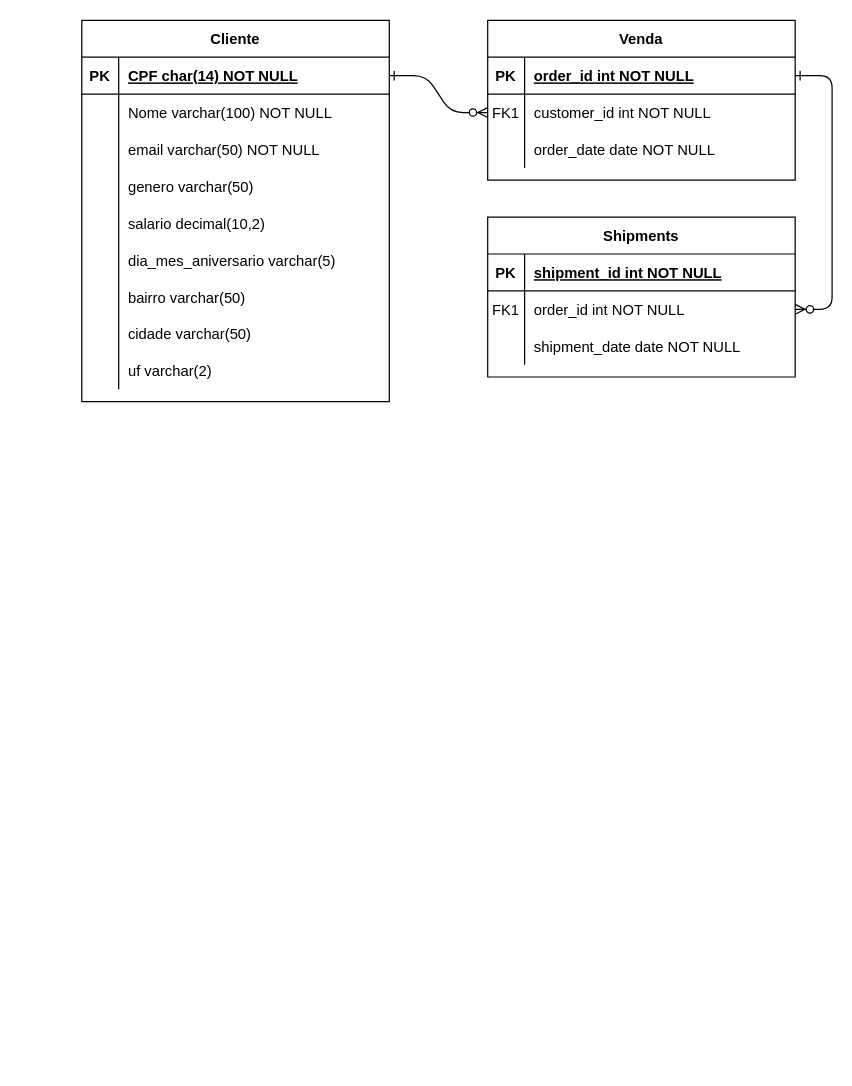
Above: Diagramaclassesfinal.drawio in LorenzoGG/aulateste (draw.io), before the change. Source tidied: cells renumbered, new cells numbered last; positions are measured from the earlier drawing's top-left corner, leaving out a move shared by most shapes. Both pictures are drawn from the tidied source at 123%, with x=0, y=0 at pixel (81, 20).
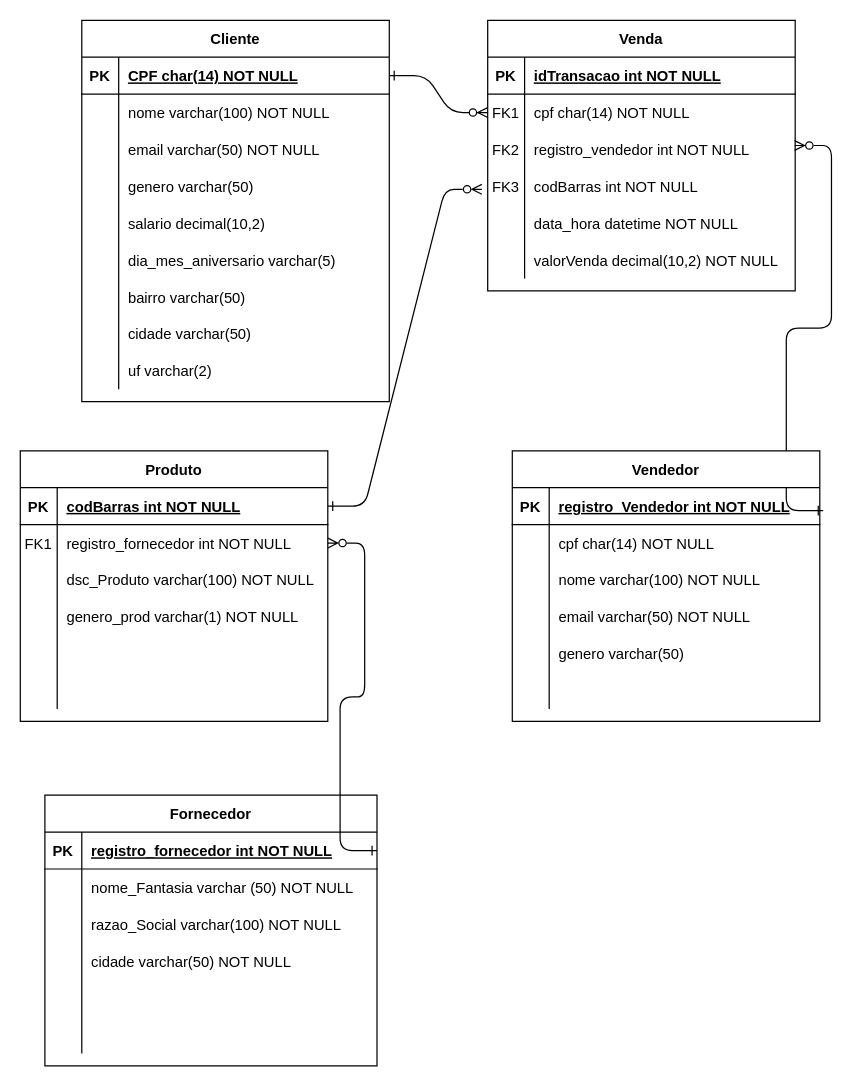
The same diagram, later.

The change refers to these unchanged cells:
```xml
<mxCell id="5" style="shape=partialRectangle;fillColor=none;points=[[0,0.5],[1,0.5]];portConstraint=eastwest;top=0;left=0;right=0;bottom=1;" parent="4" vertex="1">
  <mxGeometry y="30" width="250" height="30" as="geometry" />
</mxCell>
<mxCell id="8" style="shape=partialRectangle;fillColor=none;points=[[0,0.5],[1,0.5]];portConstraint=eastwest;top=0;left=0;right=0;bottom=0;" parent="4" vertex="1">
  <mxGeometry y="60" width="250" height="30" as="geometry" />
</mxCell>
<mxCell id="11" style="shape=partialRectangle;fillColor=none;points=[[0,0.5],[1,0.5]];portConstraint=eastwest;top=0;left=0;right=0;bottom=0;" parent="4" vertex="1">
  <mxGeometry y="90" width="250" height="30" as="geometry" />
</mxCell>
<mxCell id="15" style="shape=partialRectangle;fillColor=none;points=[[0,0.5],[1,0.5]];portConstraint=eastwest;top=0;left=0;right=0;bottom=1;" parent="14" vertex="1">
  <mxGeometry y="30" width="250" height="30" as="geometry" />
</mxCell>
<mxCell id="18" style="shape=partialRectangle;fillColor=none;points=[[0,0.5],[1,0.5]];portConstraint=eastwest;top=0;left=0;right=0;bottom=0;" parent="14" vertex="1">
  <mxGeometry y="60" width="250" height="30" as="geometry" />
</mxCell>
<mxCell id="21" style="shape=partialRectangle;fillColor=none;top=0;left=0;right=0;bottom=0;" parent="14" vertex="1">
  <mxGeometry y="90" width="250" height="30" as="geometry" />
</mxCell>
<mxCell id="28" style="shape=partialRectangle;fillColor=none;top=0;left=0;right=0;bottom=0;" parent="24" vertex="1">
  <mxGeometry y="60" width="250" height="30" as="geometry" />
</mxCell>
```

Change to the diagram source:
```diff
@@
-    <mxCell id="3" style="edgeStyle=entityRelationEdgeStyle;endArrow=ERzeroToMany;startArrow=ERone;endFill=1;startFill=0;" parent="1" edge="1" source="5" target="18">
-      <mxGeometry relative="1" as="geometry" />
+    <mxCell id="3" style="edgeStyle=entityRelationEdgeStyle;endArrow=ERzeroToMany;startArrow=ERone;endFill=0;startFill=0;exitX=1.011;exitY=0.62;exitDx=0;exitDy=0;exitPerimeter=0;entryX=0.998;entryY=0.393;entryDx=0;entryDy=0;entryPerimeter=0;" parent="1" edge="1" source="15" target="11">
+      <mxGeometry relative="1" as="geometry">
+        <Array as="points">
+          <mxPoint x="630" y="330" />
+          <mxPoint x="630" y="320" />
+          <mxPoint x="650" y="260" />
+          <mxPoint x="630" y="180" />
+        </Array>
+      </mxGeometry>
     </mxCell>
     <mxCell id="4" value="Venda" style="shape=table;startSize=30;childLayout=tableLayout;rowLines=0;fontStyle=1;align=center;" parent="1" vertex="1">
-      <mxGeometry x="330" width="250" height="130" as="geometry" />
+      <mxGeometry x="330" width="250" height="220" as="geometry" />
     </mxCell>
@@
-    <mxCell id="7" value="order_id int NOT NULL " style="shape=partialRectangle;overflow=hidden;fillColor=none;top=0;left=0;bottom=0;right=0;align=left;spacingLeft=6;fontStyle=5;" parent="5" vertex="1">
+    <mxCell id="7" value="idTransacao int NOT NULL" style="shape=partialRectangle;overflow=hidden;fillColor=none;top=0;left=0;bottom=0;right=0;align=left;spacingLeft=6;fontStyle=5;" parent="5" vertex="1">
       <mxGeometry x="30" width="220" height="30" as="geometry" />
     </mxCell>
@@
-    <mxCell id="10" value="customer_id int NOT NULL" style="shape=partialRectangle;overflow=hidden;fillColor=none;top=0;left=0;bottom=0;right=0;align=left;spacingLeft=6;" parent="8" vertex="1">
+    <mxCell id="10" value="cpf char(14) NOT NULL" style="shape=partialRectangle;overflow=hidden;fillColor=none;top=0;left=0;bottom=0;right=0;align=left;spacingLeft=6;" parent="8" vertex="1">
       <mxGeometry x="30" width="220" height="30" as="geometry" />
     </mxCell>
@@
-    <mxCell id="12" style="shape=partialRectangle;overflow=hidden;fillColor=none;top=0;left=0;bottom=0;right=0;" parent="11" vertex="1">
+    <mxCell id="12" value="FK2" style="shape=partialRectangle;overflow=hidden;fillColor=none;top=0;left=0;bottom=0;right=0;" parent="11" vertex="1">
       <mxGeometry width="30" height="30" as="geometry" />
     </mxCell>
-    <mxCell id="13" value="order_date date NOT NULL" style="shape=partialRectangle;overflow=hidden;fillColor=none;top=0;left=0;bottom=0;right=0;align=left;spacingLeft=6;" parent="11" vertex="1">
+    <mxCell id="13" value="registro_vendedor int NOT NULL" style="shape=partialRectangle;overflow=hidden;fillColor=none;top=0;left=0;bottom=0;right=0;align=left;spacingLeft=6;" parent="11" vertex="1">
       <mxGeometry x="30" width="220" height="30" as="geometry" />
     </mxCell>
+    <mxCell id="52" style="shape=partialRectangle;fillColor=none;points=[[0,0.5],[1,0.5]];portConstraint=eastwest;top=0;left=0;right=0;bottom=0;" parent="4" vertex="1">
+      <mxGeometry y="120" width="250" height="30" as="geometry" />
+    </mxCell>
+    <mxCell id="53" value="FK3" style="shape=partialRectangle;overflow=hidden;fillColor=none;top=0;left=0;bottom=0;right=0;" parent="52" vertex="1">
+      <mxGeometry width="30" height="30" as="geometry" />
+    </mxCell>
+    <mxCell id="54" value="codBarras int NOT NULL" style="shape=partialRectangle;overflow=hidden;fillColor=none;top=0;left=0;bottom=0;right=0;align=left;spacingLeft=6;" parent="52" vertex="1">
+      <mxGeometry x="30" width="220" height="30" as="geometry" />
+    </mxCell>
+    <mxCell id="55" style="shape=partialRectangle;fillColor=none;top=0;left=0;right=0;bottom=0;" parent="4" vertex="1">
+      <mxGeometry y="150" width="250" height="30" as="geometry" />
+    </mxCell>
+    <mxCell id="56" style="shape=partialRectangle;overflow=hidden;fillColor=none;top=0;left=0;bottom=0;right=0;" parent="55" vertex="1">
+      <mxGeometry width="30" height="30" as="geometry" />
+    </mxCell>
+    <mxCell id="57" value="data_hora datetime NOT NULL" style="shape=partialRectangle;overflow=hidden;fillColor=none;top=0;left=0;bottom=0;right=0;align=left;spacingLeft=6;" parent="55" vertex="1">
+      <mxGeometry x="30" width="220" height="30" as="geometry" />
+    </mxCell>
+    <mxCell id="58" style="shape=partialRectangle;fillColor=none;top=0;left=0;right=0;bottom=0;" parent="4" vertex="1">
+      <mxGeometry y="180" width="250" height="30" as="geometry" />
+    </mxCell>
+    <mxCell id="59" style="shape=partialRectangle;overflow=hidden;fillColor=none;top=0;left=0;bottom=0;right=0;" parent="58" vertex="1">
+      <mxGeometry width="30" height="30" as="geometry" />
+    </mxCell>
+    <mxCell id="60" value="valorVenda decimal(10,2) NOT NULL" style="shape=partialRectangle;overflow=hidden;fillColor=none;top=0;left=0;bottom=0;right=0;align=left;spacingLeft=6;" parent="58" vertex="1">
+      <mxGeometry x="30" width="220" height="30" as="geometry" />
+    </mxCell>
-    <mxCell id="14" value="Shipments" style="shape=table;startSize=30;childLayout=tableLayout;rowLines=0;fontStyle=1;align=center;" parent="1" vertex="1">
-      <mxGeometry x="330" y="160" width="250" height="130" as="geometry" />
+    <mxCell id="14" value="Vendedor" style="shape=table;startSize=30;childLayout=tableLayout;rowLines=0;fontStyle=1;align=center;" parent="1" vertex="1">
+      <mxGeometry x="350" y="350" width="250" height="220" as="geometry" />
     </mxCell>
@@
-    <mxCell id="17" value="shipment_id int NOT NULL " style="shape=partialRectangle;overflow=hidden;fillColor=none;top=0;left=0;bottom=0;right=0;align=left;spacingLeft=6;fontStyle=5;" parent="15" vertex="1">
+    <mxCell id="17" value="registro_Vendedor int NOT NULL" style="shape=partialRectangle;overflow=hidden;fillColor=none;top=0;left=0;bottom=0;right=0;align=left;spacingLeft=6;fontStyle=5;" parent="15" vertex="1">
       <mxGeometry x="30" width="220" height="30" as="geometry" />
     </mxCell>
@@
-    <mxCell id="19" value="FK1" style="shape=partialRectangle;overflow=hidden;fillColor=none;top=0;left=0;bottom=0;right=0;" parent="18" vertex="1">
+    <mxCell id="19" style="shape=partialRectangle;overflow=hidden;fillColor=none;top=0;left=0;bottom=0;right=0;" parent="18" vertex="1">
       <mxGeometry width="30" height="30" as="geometry" />
     </mxCell>
-    <mxCell id="20" value="order_id int NOT NULL" style="shape=partialRectangle;overflow=hidden;fillColor=none;top=0;left=0;bottom=0;right=0;align=left;spacingLeft=6;" parent="18" vertex="1">
+    <mxCell id="20" value="cpf char(14) NOT NULL" style="shape=partialRectangle;overflow=hidden;fillColor=none;top=0;left=0;bottom=0;right=0;align=left;spacingLeft=6;" parent="18" vertex="1">
       <mxGeometry x="30" width="220" height="30" as="geometry" />
     </mxCell>
@@
-    <mxCell id="23" value="shipment_date date NOT NULL" style="shape=partialRectangle;overflow=hidden;fillColor=none;top=0;left=0;bottom=0;right=0;align=left;spacingLeft=6;" parent="21" vertex="1">
+    <mxCell id="23" value="nome varchar(100) NOT NULL" style="shape=partialRectangle;overflow=hidden;fillColor=none;top=0;left=0;bottom=0;right=0;align=left;spacingLeft=6;" parent="21" vertex="1">
       <mxGeometry x="30" width="220" height="30" as="geometry" />
     </mxCell>
+    <mxCell id="61" style="shape=partialRectangle;fillColor=none;top=0;left=0;right=0;bottom=0;" parent="14" vertex="1">
+      <mxGeometry y="120" width="250" height="30" as="geometry" />
+    </mxCell>
+    <mxCell id="62" style="shape=partialRectangle;overflow=hidden;fillColor=none;top=0;left=0;bottom=0;right=0;" parent="61" vertex="1">
+      <mxGeometry width="30" height="30" as="geometry" />
+    </mxCell>
+    <mxCell id="63" value="email varchar(50) NOT NULL" style="shape=partialRectangle;overflow=hidden;fillColor=none;top=0;left=0;bottom=0;right=0;align=left;spacingLeft=6;" parent="61" vertex="1">
+      <mxGeometry x="30" width="220" height="30" as="geometry" />
+    </mxCell>
+    <mxCell id="64" style="shape=partialRectangle;fillColor=none;top=0;left=0;right=0;bottom=0;" parent="14" vertex="1">
+      <mxGeometry y="150" width="250" height="30" as="geometry" />
+    </mxCell>
+    <mxCell id="65" style="shape=partialRectangle;overflow=hidden;fillColor=none;top=0;left=0;bottom=0;right=0;" parent="64" vertex="1">
+      <mxGeometry width="30" height="30" as="geometry" />
+    </mxCell>
+    <mxCell id="66" value="genero varchar(50) " style="shape=partialRectangle;overflow=hidden;fillColor=none;top=0;left=0;bottom=0;right=0;align=left;spacingLeft=6;" parent="64" vertex="1">
+      <mxGeometry x="30" width="220" height="30" as="geometry" />
+    </mxCell>
+    <mxCell id="67" style="shape=partialRectangle;fillColor=none;top=0;left=0;right=0;bottom=0;" parent="14" vertex="1">
+      <mxGeometry y="180" width="250" height="30" as="geometry" />
+    </mxCell>
+    <mxCell id="68" style="shape=partialRectangle;overflow=hidden;fillColor=none;top=0;left=0;bottom=0;right=0;" parent="67" vertex="1">
+      <mxGeometry width="30" height="30" as="geometry" />
+    </mxCell>
+    <mxCell id="69" style="shape=partialRectangle;overflow=hidden;fillColor=none;top=0;left=0;bottom=0;right=0;align=left;spacingLeft=6;" parent="67" vertex="1">
+      <mxGeometry x="30" width="220" height="30" as="geometry" />
+    </mxCell>
@@
-    <mxCell id="30" value="Nome varchar(100) NOT NULL" style="shape=partialRectangle;overflow=hidden;fillColor=none;top=0;left=0;bottom=0;right=0;align=left;spacingLeft=6;" parent="28" vertex="1">
+    <mxCell id="30" value="nome varchar(100) NOT NULL" style="shape=partialRectangle;overflow=hidden;fillColor=none;top=0;left=0;bottom=0;right=0;align=left;spacingLeft=6;" parent="28" vertex="1">
       <mxGeometry x="30" width="220" height="30" as="geometry" />
     </mxCell>
@@
+    <mxCell id="70" value="Produto" style="shape=table;startSize=30;childLayout=tableLayout;rowLines=0;fontStyle=1;align=center;" parent="1" vertex="1">
+      <mxGeometry x="-50" y="350" width="250" height="220" as="geometry" />
+    </mxCell>
+    <mxCell id="71" style="shape=partialRectangle;fillColor=none;points=[[0,0.5],[1,0.5]];portConstraint=eastwest;top=0;left=0;right=0;bottom=1;" parent="70" vertex="1">
+      <mxGeometry y="30" width="250" height="30" as="geometry" />
+    </mxCell>
+    <mxCell id="72" value="PK" style="shape=partialRectangle;overflow=hidden;fillColor=none;top=0;left=0;bottom=0;right=0;fontStyle=1;" parent="71" vertex="1">
+      <mxGeometry width="30" height="30" as="geometry" />
+    </mxCell>
+    <mxCell id="73" value="codBarras int NOT NULL" style="shape=partialRectangle;overflow=hidden;fillColor=none;top=0;left=0;bottom=0;right=0;align=left;spacingLeft=6;fontStyle=5;" parent="71" vertex="1">
+      <mxGeometry x="30" width="220" height="30" as="geometry" />
+    </mxCell>
+    <mxCell id="74" style="shape=partialRectangle;fillColor=none;points=[[0,0.5],[1,0.5]];portConstraint=eastwest;top=0;left=0;right=0;bottom=0;" parent="70" vertex="1">
+      <mxGeometry y="60" width="250" height="30" as="geometry" />
+    </mxCell>
+    <mxCell id="75" value="FK1" style="shape=partialRectangle;overflow=hidden;fillColor=none;top=0;left=0;bottom=0;right=0;" parent="74" vertex="1">
+      <mxGeometry width="30" height="30" as="geometry" />
+    </mxCell>
+    <mxCell id="76" value="registro_fornecedor int NOT NULL" style="shape=partialRectangle;overflow=hidden;fillColor=none;top=0;left=0;bottom=0;right=0;align=left;spacingLeft=6;" parent="74" vertex="1">
+      <mxGeometry x="30" width="220" height="30" as="geometry" />
+    </mxCell>
+    <mxCell id="77" style="shape=partialRectangle;fillColor=none;top=0;left=0;right=0;bottom=0;" parent="70" vertex="1">
+      <mxGeometry y="90" width="250" height="30" as="geometry" />
+    </mxCell>
+    <mxCell id="78" style="shape=partialRectangle;overflow=hidden;fillColor=none;top=0;left=0;bottom=0;right=0;" parent="77" vertex="1">
+      <mxGeometry width="30" height="30" as="geometry" />
+    </mxCell>
+    <mxCell id="79" value="dsc_Produto varchar(100) NOT NULL" style="shape=partialRectangle;overflow=hidden;fillColor=none;top=0;left=0;bottom=0;right=0;align=left;spacingLeft=6;" parent="77" vertex="1">
+      <mxGeometry x="30" width="220" height="30" as="geometry" />
+    </mxCell>
+    <mxCell id="80" style="shape=partialRectangle;fillColor=none;top=0;left=0;right=0;bottom=0;" parent="70" vertex="1">
+      <mxGeometry y="120" width="250" height="30" as="geometry" />
+    </mxCell>
+    <mxCell id="81" style="shape=partialRectangle;overflow=hidden;fillColor=none;top=0;left=0;bottom=0;right=0;" parent="80" vertex="1">
+      <mxGeometry width="30" height="30" as="geometry" />
+    </mxCell>
+    <mxCell id="82" value="genero_prod varchar(1) NOT NULL" style="shape=partialRectangle;overflow=hidden;fillColor=none;top=0;left=0;bottom=0;right=0;align=left;spacingLeft=6;" parent="80" vertex="1">
+      <mxGeometry x="30" width="220" height="30" as="geometry" />
+    </mxCell>
+    <mxCell id="83" style="shape=partialRectangle;fillColor=none;top=0;left=0;right=0;bottom=0;" parent="70" vertex="1">
+      <mxGeometry y="150" width="250" height="30" as="geometry" />
+    </mxCell>
+    <mxCell id="84" style="shape=partialRectangle;overflow=hidden;fillColor=none;top=0;left=0;bottom=0;right=0;" parent="83" vertex="1">
+      <mxGeometry width="30" height="30" as="geometry" />
+    </mxCell>
+    <mxCell id="85" style="shape=partialRectangle;overflow=hidden;fillColor=none;top=0;left=0;bottom=0;right=0;align=left;spacingLeft=6;" parent="83" vertex="1">
+      <mxGeometry x="30" width="220" height="30" as="geometry" />
+    </mxCell>
+    <mxCell id="86" style="shape=partialRectangle;fillColor=none;top=0;left=0;right=0;bottom=0;" parent="70" vertex="1">
+      <mxGeometry y="180" width="250" height="30" as="geometry" />
+    </mxCell>
+    <mxCell id="87" style="shape=partialRectangle;overflow=hidden;fillColor=none;top=0;left=0;bottom=0;right=0;" parent="86" vertex="1">
+      <mxGeometry width="30" height="30" as="geometry" />
+    </mxCell>
+    <mxCell id="88" style="shape=partialRectangle;overflow=hidden;fillColor=none;top=0;left=0;bottom=0;right=0;align=left;spacingLeft=6;" parent="86" vertex="1">
+      <mxGeometry x="30" width="220" height="30" as="geometry" />
+    </mxCell>
+    <mxCell id="89" style="edgeStyle=entityRelationEdgeStyle;endArrow=ERzeroToMany;startArrow=ERone;endFill=0;startFill=0;exitX=1;exitY=0.5;exitDx=0;exitDy=0;entryX=-0.019;entryY=0.58;entryDx=0;entryDy=0;entryPerimeter=0;" parent="1" edge="1" source="71" target="52">
+      <mxGeometry relative="1" as="geometry">
+        <Array as="points">
+          <mxPoint x="310" y="100" />
+          <mxPoint x="320" y="120" />
+        </Array>
+      </mxGeometry>
+    </mxCell>
+    <mxCell id="90" value="Fornecedor" style="shape=table;startSize=30;childLayout=tableLayout;rowLines=0;fontStyle=1;align=center;" parent="1" vertex="1">
+      <mxGeometry x="-30" y="630" width="270" height="220" as="geometry" />
+    </mxCell>
+    <mxCell id="91" style="shape=partialRectangle;fillColor=none;points=[[0,0.5],[1,0.5]];portConstraint=eastwest;top=0;left=0;right=0;bottom=1;" parent="90" vertex="1">
+      <mxGeometry y="30" width="270" height="30" as="geometry" />
+    </mxCell>
+    <mxCell id="92" value="PK" style="shape=partialRectangle;overflow=hidden;fillColor=none;top=0;left=0;bottom=0;right=0;fontStyle=1;" parent="91" vertex="1">
+      <mxGeometry width="30" height="30" as="geometry" />
+    </mxCell>
+    <mxCell id="93" value="registro_fornecedor int NOT NULL" style="shape=partialRectangle;overflow=hidden;fillColor=none;top=0;left=0;bottom=0;right=0;align=left;spacingLeft=6;fontStyle=5;" parent="91" vertex="1">
+      <mxGeometry x="30" width="240" height="30" as="geometry" />
+    </mxCell>
+    <mxCell id="94" style="shape=partialRectangle;fillColor=none;top=0;left=0;right=0;bottom=0;" parent="90" vertex="1">
+      <mxGeometry y="60" width="270" height="30" as="geometry" />
+    </mxCell>
+    <mxCell id="95" style="shape=partialRectangle;overflow=hidden;fillColor=none;top=0;left=0;bottom=0;right=0;" parent="94" vertex="1">
+      <mxGeometry width="30" height="30" as="geometry" />
+    </mxCell>
+    <mxCell id="96" value="nome_Fantasia varchar (50) NOT NULL" style="shape=partialRectangle;overflow=hidden;fillColor=none;top=0;left=0;bottom=0;right=0;align=left;spacingLeft=6;" parent="94" vertex="1">
+      <mxGeometry x="30" width="240" height="30" as="geometry" />
+    </mxCell>
+    <mxCell id="97" style="shape=partialRectangle;fillColor=none;top=0;left=0;right=0;bottom=0;" parent="90" vertex="1">
+      <mxGeometry y="90" width="270" height="30" as="geometry" />
+    </mxCell>
+    <mxCell id="98" style="shape=partialRectangle;overflow=hidden;fillColor=none;top=0;left=0;bottom=0;right=0;" parent="97" vertex="1">
+      <mxGeometry width="30" height="30" as="geometry" />
+    </mxCell>
+    <mxCell id="99" value="razao_Social varchar(100) NOT NULL" style="shape=partialRectangle;overflow=hidden;fillColor=none;top=0;left=0;bottom=0;right=0;align=left;spacingLeft=6;" parent="97" vertex="1">
+      <mxGeometry x="30" width="240" height="30" as="geometry" />
+    </mxCell>
+    <mxCell id="100" style="shape=partialRectangle;fillColor=none;top=0;left=0;right=0;bottom=0;" parent="90" vertex="1">
+      <mxGeometry y="120" width="270" height="30" as="geometry" />
+    </mxCell>
+    <mxCell id="101" style="shape=partialRectangle;overflow=hidden;fillColor=none;top=0;left=0;bottom=0;right=0;" parent="100" vertex="1">
+      <mxGeometry width="30" height="30" as="geometry" />
+    </mxCell>
+    <mxCell id="102" value="cidade varchar(50) NOT NULL" style="shape=partialRectangle;overflow=hidden;fillColor=none;top=0;left=0;bottom=0;right=0;align=left;spacingLeft=6;" parent="100" vertex="1">
+      <mxGeometry x="30" width="240" height="30" as="geometry" />
+    </mxCell>
+    <mxCell id="103" style="shape=partialRectangle;fillColor=none;top=0;left=0;right=0;bottom=0;" parent="90" vertex="1">
+      <mxGeometry y="150" width="270" height="30" as="geometry" />
+    </mxCell>
+    <mxCell id="104" style="shape=partialRectangle;overflow=hidden;fillColor=none;top=0;left=0;bottom=0;right=0;" parent="103" vertex="1">
+      <mxGeometry width="30" height="30" as="geometry" />
+    </mxCell>
+    <mxCell id="105" style="shape=partialRectangle;overflow=hidden;fillColor=none;top=0;left=0;bottom=0;right=0;align=left;spacingLeft=6;" parent="103" vertex="1">
+      <mxGeometry x="30" width="240" height="30" as="geometry" />
+    </mxCell>
+    <mxCell id="106" style="shape=partialRectangle;fillColor=none;top=0;left=0;right=0;bottom=0;" parent="90" vertex="1">
+      <mxGeometry y="180" width="270" height="30" as="geometry" />
+    </mxCell>
+    <mxCell id="107" style="shape=partialRectangle;overflow=hidden;fillColor=none;top=0;left=0;bottom=0;right=0;" parent="106" vertex="1">
+      <mxGeometry width="30" height="30" as="geometry" />
+    </mxCell>
+    <mxCell id="108" style="shape=partialRectangle;overflow=hidden;fillColor=none;top=0;left=0;bottom=0;right=0;align=left;spacingLeft=6;" parent="106" vertex="1">
+      <mxGeometry x="30" width="240" height="30" as="geometry" />
+    </mxCell>
+    <mxCell id="109" style="edgeStyle=entityRelationEdgeStyle;endArrow=ERzeroToMany;startArrow=ERone;endFill=0;startFill=0;exitX=1;exitY=0.5;exitDx=0;exitDy=0;entryX=1;entryY=0.5;entryDx=0;entryDy=0;" parent="1" edge="1" source="91" target="74">
+      <mxGeometry relative="1" as="geometry">
+        <Array as="points">
+          <mxPoint x="390" y="575" />
+        </Array>
+      </mxGeometry>
+    </mxCell>
```
